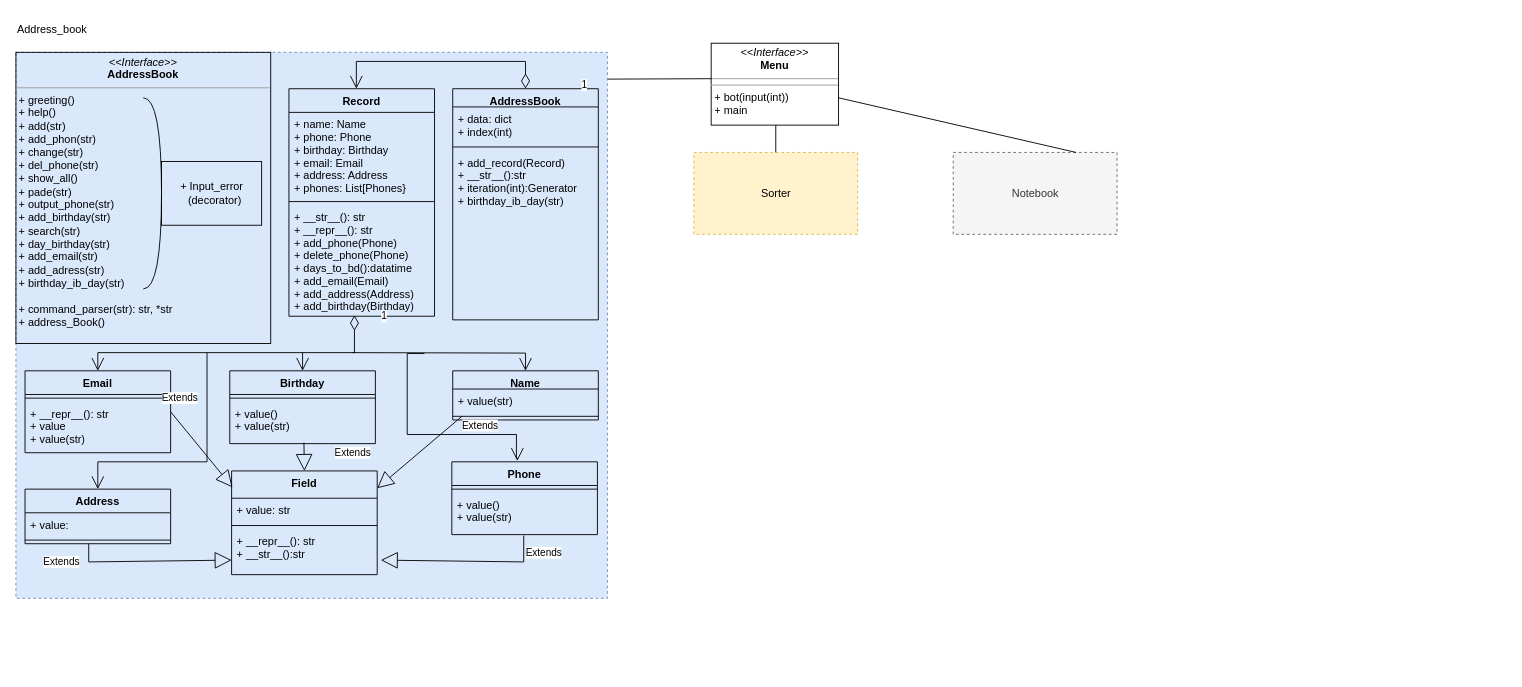
Earlier version of the draw.io diagram Диаграмма без названия.drawio (shevtania/Project). Source tidied: cells renumbered, new cells numbered last; positions are measured from the earlier drawing's top-left corner, leaving out a move shared by most shapes. Both pictures are drawn from the tidied source at 91%, with x=0, y=0 at pixel (15, 15).
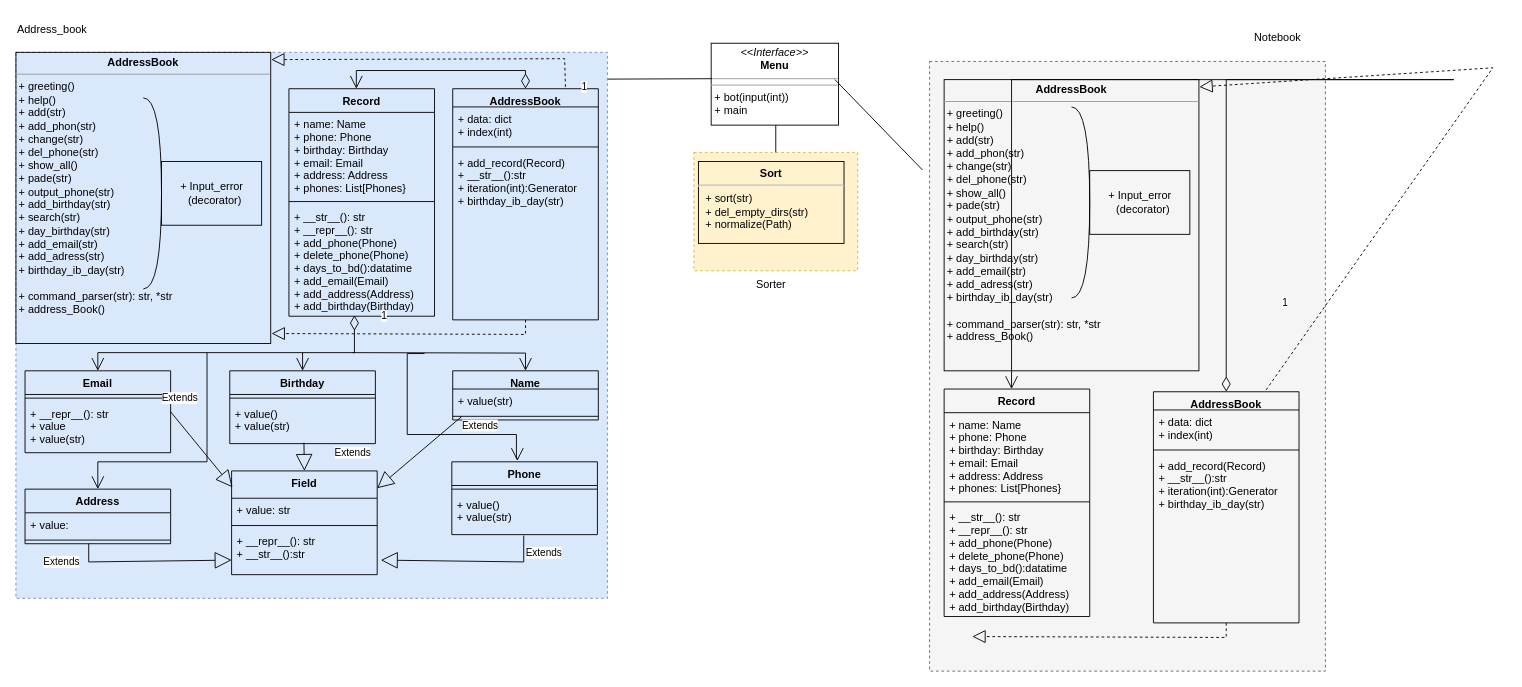
Above is the later version.

The change refers to these unchanged cells:
```xml
<mxCell id="35" value="Record" style="swimlane;fontStyle=1;align=center;verticalAlign=top;horizontal=1;startSize=26;fillColor=none;" parent="1" vertex="1">
  <mxGeometry x="300" y="80" width="160" height="250" as="geometry" />
</mxCell>
<mxCell id="39" value="AddressBook" style="swimlane;fontStyle=1;align=center;verticalAlign=top;horizontal=1;startSize=20;fillColor=none;" parent="1" vertex="1">
  <mxGeometry x="480" y="80" width="160" height="254" as="geometry" />
</mxCell>
<mxCell id="42" value="+ add_record(Record)&#10;+ __str__():str&#10;+ iteration(int):Generator&#10;+ birthday_ib_day(str)&#10;" style="text;strokeColor=none;fillColor=none;align=left;verticalAlign=top;spacingLeft=4;spacingRight=4;overflow=hidden;points=[[0,0.5],[1,0.5]];portConstraint=eastwest;" parent="39" vertex="1">
  <mxGeometry y="68" width="160" height="186" as="geometry" />
</mxCell>
```

Diff of the diagram source:
```diff
@@
-    <mxCell id="3" value="Sorter" style="html=1;dashed=1;fillColor=#fff2cc;strokeColor=#d6b656;" parent="1" vertex="1">
-      <mxGeometry x="745" y="150" width="180" height="90" as="geometry" />
+    <mxCell id="3" style="html=1;dashed=1;fillColor=#fff2cc;strokeColor=#d6b656;" parent="1" vertex="1">
+      <mxGeometry x="745" y="150" width="180" height="130" as="geometry" />
     </mxCell>
-    <mxCell id="4" value="Notebook" style="html=1;dashed=1;fillColor=#f5f5f5;fontColor=#333333;strokeColor=#666666;" parent="1" vertex="1">
-      <mxGeometry x="1030" y="150" width="180" height="90" as="geometry" />
+    <mxCell id="4" style="html=1;dashed=1;fillColor=#f5f5f5;fontColor=#333333;strokeColor=#666666;" parent="1" vertex="1">
+      <mxGeometry x="1004" y="50" width="435" height="670" as="geometry" />
     </mxCell>
@@
-    <mxCell id="7" style="endArrow=none;html=1;rounded=0;entryX=0.75;entryY=0;entryDx=0;entryDy=0;" parent="1" edge="1" target="4">
+    <mxCell id="7" style="endArrow=none;html=1;rounded=0;entryX=-0.018;entryY=0.178;entryDx=0;entryDy=0;entryPerimeter=0;" parent="1" edge="1" target="4">
       <mxGeometry relative="1" as="geometry">
-        <mxPoint x="904" y="90" as="sourcePoint" />
+        <mxPoint x="900" y="70" as="sourcePoint" />
       </mxGeometry>
     </mxCell>
@@
-    <mxCell id="10" value="&lt;p style=&quot;margin:0px;margin-top:4px;text-align:center;&quot;&gt;&lt;i&gt;&amp;lt;&amp;lt;Interface&amp;gt;&amp;gt;&lt;/i&gt;&lt;br&gt;&lt;b&gt;AddressBook&lt;/b&gt;&lt;br&gt;&lt;/p&gt;&lt;hr size=&quot;1&quot;&gt;&lt;div&gt;&amp;nbsp;+ greeting()&lt;/div&gt;&lt;div&gt;&amp;nbsp;+ help()&lt;/div&gt;&lt;div&gt;&amp;nbsp;+ add(str)&lt;/div&gt;&lt;div&gt;&amp;nbsp;+ add_phon(str)&lt;/div&gt;&lt;div&gt;&amp;nbsp;+ change(str)&lt;/div&gt;&lt;div&gt;&amp;nbsp;+ del_phone(str)&lt;/div&gt;&lt;div&gt;&amp;nbsp;+ show_all()&lt;/div&gt;&lt;div&gt;&amp;nbsp;+ pade(str)&lt;/div&gt;&lt;div&gt;&amp;nbsp;+ output_phone(str)&lt;/div&gt;&lt;div&gt;&amp;nbsp;+ add_birthday(str)&lt;/div&gt;&lt;div&gt;&amp;nbsp;+ search(str)&lt;/div&gt;&lt;div&gt;&amp;nbsp;+ day_birthday(str)&lt;/div&gt;&lt;div&gt;&amp;nbsp;+ add_email(str)&lt;/div&gt;&lt;div&gt;&amp;nbsp;+ add_adress(str)&lt;/div&gt;&lt;div&gt;&amp;nbsp;+ birthday_ib_day(str)&lt;/div&gt;&lt;div&gt;&lt;br&gt;&lt;/div&gt;&lt;div&gt;&amp;nbsp;+ command_parser(str): str, *str&lt;/div&gt;&lt;div&gt;&amp;nbsp;+ address_Book()&lt;br&gt;&lt;/div&gt;&lt;div&gt;&lt;br&gt;&lt;/div&gt;&lt;div&gt;&lt;br&gt;&lt;/div&gt;" style="verticalAlign=top;align=left;overflow=fill;fontSize=12;fontFamily=Helvetica;html=1;fillColor=none;" parent="1" vertex="1">
+    <mxCell id="10" value="&lt;p style=&quot;margin:0px;margin-top:4px;text-align:center;&quot;&gt;&lt;b&gt;AddressBook&lt;/b&gt;&lt;br&gt;&lt;/p&gt;&lt;hr size=&quot;1&quot;&gt;&lt;div&gt;&amp;nbsp;+ greeting()&lt;/div&gt;&lt;div&gt;&amp;nbsp;+ help()&lt;/div&gt;&lt;div&gt;&amp;nbsp;+ add(str)&lt;/div&gt;&lt;div&gt;&amp;nbsp;+ add_phon(str)&lt;/div&gt;&lt;div&gt;&amp;nbsp;+ change(str)&lt;/div&gt;&lt;div&gt;&amp;nbsp;+ del_phone(str)&lt;/div&gt;&lt;div&gt;&amp;nbsp;+ show_all()&lt;/div&gt;&lt;div&gt;&amp;nbsp;+ pade(str)&lt;/div&gt;&lt;div&gt;&amp;nbsp;+ output_phone(str)&lt;/div&gt;&lt;div&gt;&amp;nbsp;+ add_birthday(str)&lt;/div&gt;&lt;div&gt;&amp;nbsp;+ search(str)&lt;/div&gt;&lt;div&gt;&amp;nbsp;+ day_birthday(str)&lt;/div&gt;&lt;div&gt;&amp;nbsp;+ add_email(str)&lt;/div&gt;&lt;div&gt;&amp;nbsp;+ add_adress(str)&lt;/div&gt;&lt;div&gt;&amp;nbsp;+ birthday_ib_day(str)&lt;/div&gt;&lt;div&gt;&lt;br&gt;&lt;/div&gt;&lt;div&gt;&amp;nbsp;+ command_parser(str): str, *str&lt;/div&gt;&lt;div&gt;&amp;nbsp;+ address_Book()&lt;br&gt;&lt;/div&gt;&lt;div&gt;&lt;br&gt;&lt;/div&gt;&lt;div&gt;&lt;br&gt;&lt;/div&gt;" style="verticalAlign=top;align=left;overflow=fill;fontSize=12;fontFamily=Helvetica;html=1;fillColor=none;" parent="1" vertex="1">
       <mxGeometry y="40" width="280" height="320" as="geometry" />
     </mxCell>
@@
+    <mxCell id="51" style="endArrow=block;dashed=1;endFill=0;endSize=12;html=1;rounded=0;strokeWidth=1;entryX=0.475;entryY=1.011;entryDx=0;entryDy=0;entryPerimeter=0;" parent="39" edge="1" source="42">
+      <mxGeometry relative="1" as="geometry">
+        <mxPoint x="-199" y="269" as="targetPoint" />
+        <Array as="points">
+          <mxPoint x="80" y="270" />
+        </Array>
+      </mxGeometry>
+    </mxCell>
@@
     <mxCell id="44" value="1" style="endArrow=open;html=1;endSize=12;startArrow=diamondThin;startSize=14;startFill=0;edgeStyle=orthogonalEdgeStyle;align=left;verticalAlign=bottom;rounded=0;exitX=0.5;exitY=0;exitDx=0;exitDy=0;entryX=0.463;entryY=0;entryDx=0;entryDy=0;entryPerimeter=0;" parent="1" edge="1" source="39" target="35">
       <mxGeometry x="-0.84" y="-30" relative="1" as="geometry">
         <Array as="points">
-          <mxPoint x="560" y="50" />
-          <mxPoint x="374" y="50" />
+          <mxPoint x="560" y="60" />
+          <mxPoint x="374" y="60" />
         </Array>
         <mxPoint x="30" y="25" as="offset" />
       </mxGeometry>
     </mxCell>
@@
+    <mxCell id="52" style="endArrow=block;dashed=1;endFill=0;endSize=12;html=1;rounded=0;strokeWidth=1;entryX=1.002;entryY=0.025;entryDx=0;entryDy=0;entryPerimeter=0;exitX=0.774;exitY=-0.008;exitDx=0;exitDy=0;exitPerimeter=0;" parent="1" edge="1" source="39" target="10">
+      <mxGeometry relative="1" as="geometry">
+        <Array as="points">
+          <mxPoint x="603" y="47" />
+        </Array>
+      </mxGeometry>
+    </mxCell>
+    <mxCell id="53" value="&lt;p style=&quot;margin:0px;margin-top:6px;text-align:center;&quot;&gt;&lt;b&gt;Sort&lt;/b&gt;&lt;/p&gt;&lt;hr&gt;&lt;p style=&quot;margin:0px;margin-left:8px;&quot;&gt;+ sort(str)&lt;br&gt;+ del_empty_dirs(str)&lt;/p&gt;&lt;p style=&quot;margin:0px;margin-left:8px;&quot;&gt;+ normalize(Path)&lt;br&gt;&lt;/p&gt;" style="align=left;overflow=fill;html=1;fillColor=#fff2cc;strokeColor=#000000;" parent="1" vertex="1">
+      <mxGeometry x="750" y="160" width="160" height="90" as="geometry" />
+    </mxCell>
+    <mxCell id="54" value="Sorter" style="text;html=1;strokeColor=none;fillColor=none;align=center;verticalAlign=middle;whiteSpace=wrap;rounded=0;" parent="1" vertex="1">
+      <mxGeometry x="800" y="280" width="60" height="30" as="geometry" />
+    </mxCell>
+    <mxCell id="55" value="&lt;p style=&quot;margin:0px;margin-top:4px;text-align:center;&quot;&gt;&lt;b&gt;AddressBook&lt;/b&gt;&lt;br&gt;&lt;/p&gt;&lt;hr size=&quot;1&quot;&gt;&lt;div&gt;&amp;nbsp;+ greeting()&lt;/div&gt;&lt;div&gt;&amp;nbsp;+ help()&lt;/div&gt;&lt;div&gt;&amp;nbsp;+ add(str)&lt;/div&gt;&lt;div&gt;&amp;nbsp;+ add_phon(str)&lt;/div&gt;&lt;div&gt;&amp;nbsp;+ change(str)&lt;/div&gt;&lt;div&gt;&amp;nbsp;+ del_phone(str)&lt;/div&gt;&lt;div&gt;&amp;nbsp;+ show_all()&lt;/div&gt;&lt;div&gt;&amp;nbsp;+ pade(str)&lt;/div&gt;&lt;div&gt;&amp;nbsp;+ output_phone(str)&lt;/div&gt;&lt;div&gt;&amp;nbsp;+ add_birthday(str)&lt;/div&gt;&lt;div&gt;&amp;nbsp;+ search(str)&lt;/div&gt;&lt;div&gt;&amp;nbsp;+ day_birthday(str)&lt;/div&gt;&lt;div&gt;&amp;nbsp;+ add_email(str)&lt;/div&gt;&lt;div&gt;&amp;nbsp;+ add_adress(str)&lt;/div&gt;&lt;div&gt;&amp;nbsp;+ birthday_ib_day(str)&lt;/div&gt;&lt;div&gt;&lt;br&gt;&lt;/div&gt;&lt;div&gt;&amp;nbsp;+ command_parser(str): str, *str&lt;/div&gt;&lt;div&gt;&amp;nbsp;+ address_Book()&lt;br&gt;&lt;/div&gt;&lt;div&gt;&lt;br&gt;&lt;/div&gt;&lt;div&gt;&lt;br&gt;&lt;/div&gt;" style="verticalAlign=top;align=left;overflow=fill;fontSize=12;fontFamily=Helvetica;html=1;fillColor=none;" parent="1" vertex="1">
+      <mxGeometry x="1020" y="70" width="280" height="320" as="geometry" />
+    </mxCell>
+    <mxCell id="56" value="&lt;div&gt;+ Input_error&lt;/div&gt;&lt;div&gt;&amp;nbsp; (decorator)&lt;/div&gt;" style="html=1;fillColor=none;" parent="1" vertex="1">
+      <mxGeometry x="1180" y="170" width="110" height="70" as="geometry" />
+    </mxCell>
+    <mxCell id="57" style="shape=requiredInterface;html=1;verticalLabelPosition=bottom;sketch=0;fillColor=none;" parent="1" vertex="1">
+      <mxGeometry x="1160" y="100" width="20" height="210" as="geometry" />
+    </mxCell>
+    <mxCell id="58" value="Record" style="swimlane;fontStyle=1;align=center;verticalAlign=top;horizontal=1;startSize=26;fillColor=none;" parent="1" vertex="1">
+      <mxGeometry x="1020" y="410" width="160" height="250" as="geometry" />
+    </mxCell>
+    <mxCell id="59" value="+ name: Name&#10;+ phone: Phone&#10;+ birthday: Birthday&#10;+ email: Email&#10;+ address: Address&#10;+ phones: List[Phones}&#10; &#10;&#10;" style="text;strokeColor=none;fillColor=none;align=left;verticalAlign=top;spacingLeft=4;spacingRight=4;overflow=hidden;" parent="58" vertex="1">
+      <mxGeometry y="26" width="160" height="94" as="geometry" />
+    </mxCell>
+    <mxCell id="60" style="line;strokeWidth=1;fillColor=none;align=left;verticalAlign=middle;spacingTop=-1;spacingLeft=3;spacingRight=3;labelPosition=right;strokeColor=inherit;" parent="58" vertex="1">
+      <mxGeometry y="120" width="160" height="8" as="geometry" />
+    </mxCell>
+    <mxCell id="61" value="+ __str__(): str&#10;+ __repr__(): str&#10;+ add_phone(Phone)&#10;+ delete_phone(Phone)&#10;+ days_to_bd():datatime&#10;+ add_email(Email)&#10;+ add_address(Address)&#10;+ add_birthday(Birthday)&#10;&#10;&#10;" style="text;strokeColor=none;fillColor=none;align=left;verticalAlign=top;spacingLeft=4;spacingRight=4;overflow=hidden;" parent="58" vertex="1">
+      <mxGeometry y="128" width="160" height="122" as="geometry" />
+    </mxCell>
+    <mxCell id="62" value="AddressBook" style="swimlane;fontStyle=1;align=center;verticalAlign=top;horizontal=1;startSize=20;fillColor=none;" parent="1" vertex="1">
+      <mxGeometry x="1250" y="413" width="160" height="254" as="geometry" />
+    </mxCell>
+    <mxCell id="63" value="+ data: dict&#10;+ index(int)&#10;" style="text;strokeColor=none;fillColor=none;align=left;verticalAlign=top;spacingLeft=4;spacingRight=4;overflow=hidden;" parent="62" vertex="1">
+      <mxGeometry y="20" width="160" height="40" as="geometry" />
+    </mxCell>
+    <mxCell id="64" style="line;strokeWidth=1;fillColor=none;align=left;verticalAlign=middle;spacingTop=-1;spacingLeft=3;spacingRight=3;labelPosition=right;strokeColor=inherit;" parent="62" vertex="1">
+      <mxGeometry y="60" width="160" height="8" as="geometry" />
+    </mxCell>
+    <mxCell id="65" value="+ add_record(Record)&#10;+ __str__():str&#10;+ iteration(int):Generator&#10;+ birthday_ib_day(str)&#10;" style="text;strokeColor=none;fillColor=none;align=left;verticalAlign=top;spacingLeft=4;spacingRight=4;overflow=hidden;points=[[0,0.5],[1,0.5]];portConstraint=eastwest;" parent="62" vertex="1">
+      <mxGeometry y="68" width="160" height="186" as="geometry" />
+    </mxCell>
+    <mxCell id="66" style="endArrow=block;dashed=1;endFill=0;endSize=12;html=1;rounded=0;strokeWidth=1;entryX=0.475;entryY=1.011;entryDx=0;entryDy=0;entryPerimeter=0;" parent="62" edge="1" source="65">
+      <mxGeometry relative="1" as="geometry">
+        <mxPoint x="-199" y="269" as="targetPoint" />
+        <Array as="points">
+          <mxPoint x="80" y="270" />
+        </Array>
+      </mxGeometry>
+    </mxCell>
+    <mxCell id="67" value="1" style="endArrow=open;html=1;endSize=12;startArrow=diamondThin;startSize=14;startFill=0;edgeStyle=orthogonalEdgeStyle;align=left;verticalAlign=bottom;rounded=0;exitX=0.5;exitY=0;exitDx=0;exitDy=0;entryX=0.463;entryY=0;entryDx=0;entryDy=0;entryPerimeter=0;" parent="1" edge="1" source="62" target="58">
+      <mxGeometry x="-0.84" y="-30" relative="1" as="geometry">
+        <Array as="points">
+          <mxPoint x="1580" y="70" />
+          <mxPoint x="1394" y="70" />
+        </Array>
+        <mxPoint x="30" y="25" as="offset" />
+      </mxGeometry>
+    </mxCell>
+    <mxCell id="68" style="endArrow=block;dashed=1;endFill=0;endSize=12;html=1;rounded=0;strokeWidth=1;entryX=1.002;entryY=0.025;entryDx=0;entryDy=0;entryPerimeter=0;exitX=0.774;exitY=-0.008;exitDx=0;exitDy=0;exitPerimeter=0;" parent="1" edge="1" source="62" target="55">
+      <mxGeometry relative="1" as="geometry">
+        <Array as="points">
+          <mxPoint x="1623" y="57" />
+        </Array>
+      </mxGeometry>
+    </mxCell>
+    <mxCell id="69" value="Notebook" style="text;whiteSpace=wrap;html=1;" parent="1" vertex="1">
+      <mxGeometry x="1359" y="10" width="80" height="40" as="geometry" />
+    </mxCell>
```
